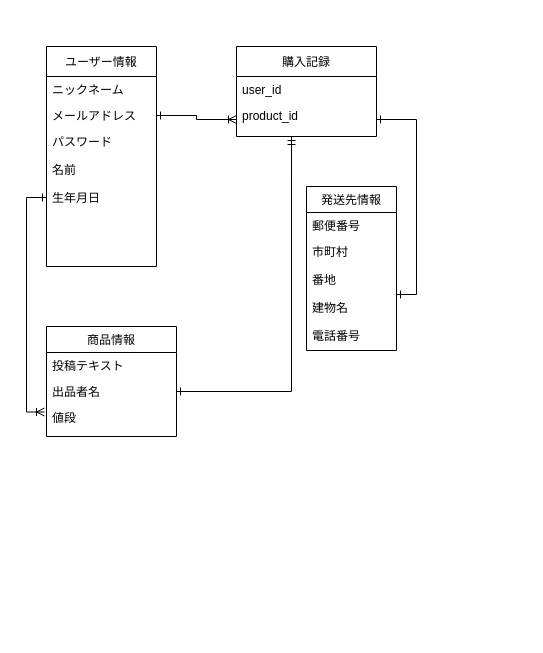
Earlier version of the draw.io diagram furima.dio (MotoMoto1030/furima-35186). Source tidied: cells renumbered, new cells numbered last; positions are measured from the earlier drawing's top-left corner, leaving out a move shared by most shapes. Both pictures are drawn from the tidied source at 100%, with x=0, y=0 at pixel (46, 46).
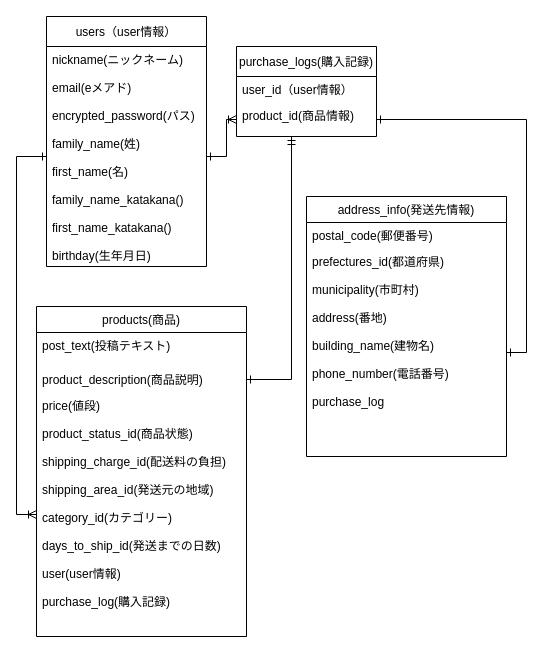
Above is the later version.

The edit, as a diff of the source:
```diff
@@
-    <mxCell id="2" value="ユーザー情報" style="swimlane;fontStyle=0;horizontal=1;startSize=30;fillColor=none;" parent="1" vertex="1">
-      <mxGeometry width="110" height="220" as="geometry" />
+    <mxCell id="2" value="users（user情報）" style="swimlane;fontStyle=0;horizontal=1;startSize=30;fillColor=none;" parent="1" vertex="1">
+      <mxGeometry y="-30" width="160" height="250" as="geometry" />
     </mxCell>
-    <mxCell id="3" value="ニックネーム" style="text;strokeColor=none;fillColor=none;align=left;verticalAlign=top;spacingLeft=4;spacingRight=4;overflow=hidden;" parent="2" vertex="1">
-      <mxGeometry y="30" width="110" height="26" as="geometry" />
-    </mxCell>
-    <mxCell id="4" value="メールアドレス" style="text;strokeColor=none;fillColor=none;align=left;verticalAlign=top;spacingLeft=4;spacingRight=4;overflow=hidden;points=[[0,0.5],[1,0.5]];portConstraint=eastwest;" parent="2" vertex="1">
-      <mxGeometry y="56" width="110" height="26" as="geometry" />
+    <mxCell id="4" value="nickname(ニックネーム)&#10;&#10;email(eメアド)&#10;&#10;encrypted_password(パス)&#10;&#10;family_name(姓)&#10;&#10;first_name(名)&#10;&#10;family_name_katakana()&#10;&#10;first_name_katakana()&#10;&#10;birthday(生年月日)" style="text;strokeColor=none;fillColor=none;align=left;verticalAlign=top;spacingLeft=4;spacingRight=4;overflow=hidden;points=[[0,0.5],[1,0.5]];portConstraint=eastwest;" parent="2" vertex="1">
+      <mxGeometry y="30" width="160" height="220" as="geometry" />
     </mxCell>
-    <mxCell id="5" value="パスワード&#10;&#10;名前&#10;&#10;生年月日" style="text;strokeColor=none;fillColor=none;align=left;verticalAlign=top;spacingLeft=4;spacingRight=4;overflow=hidden;points=[[0,0.5],[1,0.5]];portConstraint=eastwest;" parent="2" vertex="1">
-      <mxGeometry y="82" width="110" height="138" as="geometry" />
-    </mxCell>
-    <mxCell id="6" value="商品情報" style="swimlane;fontStyle=0;horizontal=1;startSize=26;fillColor=none;align=center;" parent="1" vertex="1">
-      <mxGeometry y="280" width="130" height="110" as="geometry" />
+    <mxCell id="6" value="products(商品)" style="swimlane;fontStyle=0;horizontal=1;startSize=26;fillColor=none;align=center;" parent="1" vertex="1">
+      <mxGeometry x="-10" y="260" width="210" height="330" as="geometry" />
     </mxCell>
-    <mxCell id="7" value="投稿テキスト" style="text;strokeColor=none;fillColor=none;align=left;verticalAlign=top;spacingLeft=4;spacingRight=4;overflow=hidden;" parent="6" vertex="1">
-      <mxGeometry y="26" width="130" height="26" as="geometry" />
+    <mxCell id="7" value="post_text(投稿テキスト)" style="text;strokeColor=none;fillColor=none;align=left;verticalAlign=top;spacingLeft=4;spacingRight=4;overflow=hidden;" parent="6" vertex="1">
+      <mxGeometry y="26" width="210" height="34" as="geometry" />
     </mxCell>
-    <mxCell id="8" value="出品者名" style="text;strokeColor=none;fillColor=none;align=left;verticalAlign=top;spacingLeft=4;spacingRight=4;overflow=hidden;points=[[0,0.5],[1,0.5]];portConstraint=eastwest;" parent="6" vertex="1">
-      <mxGeometry y="52" width="130" height="26" as="geometry" />
+    <mxCell id="8" value="product_description(商品説明)" style="text;strokeColor=none;fillColor=none;align=left;verticalAlign=top;spacingLeft=4;spacingRight=4;overflow=hidden;points=[[0,0.5],[1,0.5]];portConstraint=eastwest;" parent="6" vertex="1">
+      <mxGeometry y="60" width="210" height="26" as="geometry" />
     </mxCell>
-    <mxCell id="9" value="値段" style="text;strokeColor=none;fillColor=none;align=left;verticalAlign=top;spacingLeft=4;spacingRight=4;overflow=hidden;points=[[0,0.5],[1,0.5]];portConstraint=eastwest;" parent="6" vertex="1">
-      <mxGeometry y="78" width="130" height="32" as="geometry" />
+    <mxCell id="9" value="price(値段)&#10;&#10;product_status_id(商品状態)&#10;&#10;shipping_charge_id(配送料の負担)&#10;&#10;shipping_area_id(発送元の地域)&#10;&#10;category_id(カテゴリー)&#10;&#10;days_to_ship_id(発送までの日数)&#10;&#10;user(user情報)&#10;&#10;purchase_log(購入記録)" style="text;strokeColor=none;fillColor=none;align=left;verticalAlign=top;spacingLeft=4;spacingRight=4;overflow=hidden;points=[[0,0.5],[1,0.5]];portConstraint=eastwest;" parent="6" vertex="1">
+      <mxGeometry y="86" width="210" height="244" as="geometry" />
     </mxCell>
-    <mxCell id="10" value="購入記録" style="swimlane;fontStyle=0;horizontal=1;startSize=30;fillColor=none;align=center;" parent="1" vertex="1">
+    <mxCell id="10" value="purchase_logs(購入記録)" style="swimlane;fontStyle=0;horizontal=1;startSize=30;fillColor=none;align=center;" parent="1" vertex="1">
       <mxGeometry x="190" width="140" height="90" as="geometry" />
     </mxCell>
-    <mxCell id="11" value="user_id" style="text;strokeColor=none;fillColor=none;align=left;verticalAlign=top;spacingLeft=4;spacingRight=4;overflow=hidden;" parent="10" vertex="1">
+    <mxCell id="11" value="user_id（user情報）&#10;" style="text;strokeColor=none;fillColor=none;align=left;verticalAlign=top;spacingLeft=4;spacingRight=4;overflow=hidden;" parent="10" vertex="1">
       <mxGeometry y="30" width="140" height="26" as="geometry" />
     </mxCell>
-    <mxCell id="12" value="product_id&#10;" style="text;strokeColor=none;fillColor=none;align=left;verticalAlign=top;spacingLeft=4;spacingRight=4;overflow=hidden;points=[[0,0.5],[1,0.5]];portConstraint=eastwest;" parent="10" vertex="1">
+    <mxCell id="12" value="product_id(商品情報)&#10;" style="text;strokeColor=none;fillColor=none;align=left;verticalAlign=top;spacingLeft=4;spacingRight=4;overflow=hidden;points=[[0,0.5],[1,0.5]];portConstraint=eastwest;" parent="10" vertex="1">
       <mxGeometry y="56" width="140" height="34" as="geometry" />
     </mxCell>
-    <mxCell id="13" value="発送先情報" style="swimlane;fontStyle=0;horizontal=1;startSize=26;fillColor=none;align=center;" parent="1" vertex="1">
-      <mxGeometry x="260" y="140" width="90" height="164" as="geometry" />
+    <mxCell id="13" value="address_info(発送先情報)" style="swimlane;fontStyle=0;horizontal=1;startSize=26;fillColor=none;align=center;" parent="1" vertex="1">
+      <mxGeometry x="260" y="150" width="200" height="260" as="geometry" />
     </mxCell>
-    <mxCell id="14" value="郵便番号" style="text;strokeColor=none;fillColor=none;align=left;verticalAlign=top;spacingLeft=4;spacingRight=4;overflow=hidden;" parent="13" vertex="1">
-      <mxGeometry y="26" width="90" height="26" as="geometry" />
+    <mxCell id="14" value="postal_code(郵便番号)" style="text;strokeColor=none;fillColor=none;align=left;verticalAlign=top;spacingLeft=4;spacingRight=4;overflow=hidden;" parent="13" vertex="1">
+      <mxGeometry y="26" width="200" height="26" as="geometry" />
     </mxCell>
-    <mxCell id="15" value="市町村&#10;&#10;番地&#10;&#10;建物名&#10;&#10;電話番号&#10;&#10;" style="text;strokeColor=none;fillColor=none;align=left;verticalAlign=top;spacingLeft=4;spacingRight=4;overflow=hidden;points=[[0,0.5],[1,0.5]];portConstraint=eastwest;" parent="13" vertex="1">
-      <mxGeometry y="52" width="90" height="112" as="geometry" />
+    <mxCell id="15" value="prefectures_id(都道府県)&#10;&#10;municipality(市町村)&#10;&#10;address(番地)&#10;&#10;building_name(建物名)&#10;&#10;phone_number(電話番号)&#10;&#10;purchase_log" style="text;strokeColor=none;fillColor=none;align=left;verticalAlign=top;spacingLeft=4;spacingRight=4;overflow=hidden;points=[[0,0.5],[1,0.5]];portConstraint=eastwest;" parent="13" vertex="1">
+      <mxGeometry y="52" width="200" height="208" as="geometry" />
     </mxCell>
@@
-    <mxCell id="17" style="edgeStyle=orthogonalEdgeStyle;rounded=0;jettySize=auto;html=1;exitX=1;exitY=0.5;exitDx=0;exitDy=0;entryX=0;entryY=0.5;entryDx=0;entryDy=0;startArrow=ERone;startFill=0;endArrow=ERone;endFill=0;strokeColor=none;" parent="1" edge="1" source="5">
+    <mxCell id="17" style="edgeStyle=orthogonalEdgeStyle;rounded=0;orthogonalLoop=1;jettySize=auto;html=1;exitX=1;exitY=0.5;exitDx=0;exitDy=0;entryX=0;entryY=0.5;entryDx=0;entryDy=0;startArrow=ERone;startFill=0;endArrow=ERone;endFill=0;strokeColor=none;" parent="1" edge="1">
       <mxGeometry relative="1" as="geometry">
+        <mxPoint x="130" y="165" as="sourcePoint" />
         <mxPoint x="260" y="205" as="targetPoint" />
       </mxGeometry>
     </mxCell>
-    <mxCell id="18" style="edgeStyle=orthogonalEdgeStyle;rounded=0;jettySize=auto;html=1;exitX=0;exitY=0.5;exitDx=0;exitDy=0;entryX=-0.015;entryY=0.235;entryDx=0;entryDy=0;entryPerimeter=0;startArrow=ERone;startFill=0;endArrow=ERoneToMany;endFill=0;" parent="1" edge="1" source="5" target="9">
-      <mxGeometry relative="1" as="geometry" />
-    </mxCell>
@@
+    <mxCell id="21" style="edgeStyle=orthogonalEdgeStyle;rounded=0;jettySize=auto;html=1;exitX=0;exitY=0.5;exitDx=0;exitDy=0;startArrow=ERoneToMany;startFill=0;endArrow=ERone;endFill=0;entryX=0;entryY=0.5;entryDx=0;entryDy=0;" parent="1" edge="1" source="9" target="4">
+      <mxGeometry relative="1" as="geometry" />
+    </mxCell>
```
